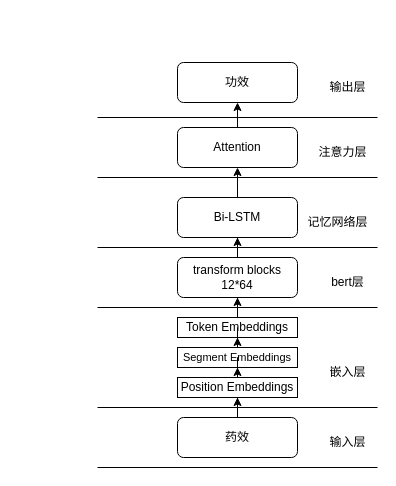
Before: 融合模型结构图.drawio in FeiChenghao/hello-world, a draw.io diagram. Source tidied: cells renumbered, new cells numbered last; positions are measured from the earlier drawing's top-left corner, leaving out a move shared by most shapes. Both pictures are drawn from the tidied source at 100%, with x=0, y=0 at pixel (97, 62).
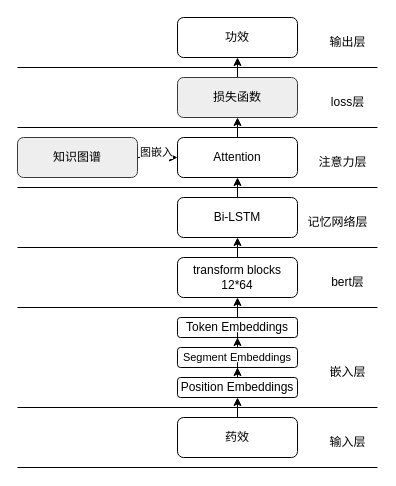
After the change.

Commit message:
更新融合模型结构图.drawio

Unchanged cells that the change refers to:
```xml
<mxCell id="3" value="药效" style="rounded=1;whiteSpace=wrap;html=1;labelBackgroundColor=none;" parent="1" vertex="1">
  <mxGeometry x="80" y="355" width="120" height="40" as="geometry" />
</mxCell>
<mxCell id="5" value="transform blocks&lt;br&gt;12*64" style="rounded=1;whiteSpace=wrap;html=1;labelBackgroundColor=none;" parent="1" vertex="1">
  <mxGeometry x="80" y="195" width="120" height="40" as="geometry" />
</mxCell>
<mxCell id="7" value="Bi-LSTM" style="rounded=1;whiteSpace=wrap;html=1;labelBackgroundColor=none;" parent="1" vertex="1">
  <mxGeometry x="80" y="135" width="120" height="40" as="geometry" />
</mxCell>
```

Diff of the diagram source:
```diff
@@
-    <mxCell id="2" style="edgeStyle=orthogonalEdgeStyle;rounded=0;jettySize=auto;html=1;entryX=0.5;entryY=1;entryDx=0;entryDy=0;" parent="1" edge="1" source="3" target="28">
+    <mxCell id="2" style="edgeStyle=orthogonalEdgeStyle;rounded=1;jettySize=auto;html=1;entryX=0.5;entryY=1;entryDx=0;entryDy=0;" parent="1" edge="1" source="3" target="28">
       <mxGeometry relative="1" as="geometry" />
     </mxCell>
@@
-    <mxCell id="4" style="edgeStyle=orthogonalEdgeStyle;rounded=0;jettySize=auto;html=1;entryX=0.5;entryY=1;entryDx=0;entryDy=0;" parent="1" edge="1" source="5" target="7">
+    <mxCell id="4" style="edgeStyle=orthogonalEdgeStyle;rounded=1;jettySize=auto;html=1;entryX=0.5;entryY=1;entryDx=0;entryDy=0;" parent="1" edge="1" source="5" target="7">
       <mxGeometry relative="1" as="geometry" />
     </mxCell>
@@
-    <mxCell id="6" style="edgeStyle=orthogonalEdgeStyle;rounded=0;jettySize=auto;html=1;entryX=0.5;entryY=1;entryDx=0;entryDy=0;" parent="1" edge="1" source="7" target="9">
+    <mxCell id="6" style="edgeStyle=orthogonalEdgeStyle;rounded=1;jettySize=auto;html=1;entryX=0.5;entryY=1;entryDx=0;entryDy=0;" parent="1" edge="1" source="7" target="9">
       <mxGeometry relative="1" as="geometry" />
     </mxCell>
@@
-    <mxCell id="8" style="edgeStyle=orthogonalEdgeStyle;rounded=0;jettySize=auto;html=1;" parent="1" edge="1" source="9" target="10">
-      <mxGeometry relative="1" as="geometry" />
-    </mxCell>
+    <mxCell id="29" style="edgeStyle=orthogonalEdgeStyle;rounded=1;jettySize=auto;html=1;entryX=0.5;entryY=1;entryDx=0;entryDy=0;" parent="1" edge="1" source="9" target="34">
+      <mxGeometry relative="1" as="geometry" />
+    </mxCell>
     <mxCell id="9" value="Attention" style="rounded=1;whiteSpace=wrap;html=1;labelBackgroundColor=none;" parent="1" vertex="1">
-      <mxGeometry x="80" y="65" width="120" height="40" as="geometry" />
+      <mxGeometry x="80" y="75" width="120" height="40" as="geometry" />
     </mxCell>
     <mxCell id="10" value="功效" style="rounded=1;whiteSpace=wrap;html=1;labelBackgroundColor=none;" parent="1" vertex="1">
-      <mxGeometry x="80" width="120" height="40" as="geometry" />
+      <mxGeometry x="80" y="-45" width="120" height="40" as="geometry" />
     </mxCell>
-    <mxCell id="11" style="endArrow=none;html=1;rounded=0;" parent="1" edge="1">
+    <mxCell id="11" style="endArrow=none;html=1;rounded=1;" parent="1" edge="1">
       <mxGeometry relative="1" as="geometry">
-        <mxPoint y="405" as="sourcePoint" />
+        <mxPoint x="-80" y="405" as="sourcePoint" />
         <mxPoint x="280" y="405" as="targetPoint" />
       </mxGeometry>
     </mxCell>
-    <mxCell id="12" style="endArrow=none;html=1;rounded=0;" parent="1" edge="1">
+    <mxCell id="12" style="endArrow=none;html=1;rounded=1;" parent="1" edge="1">
       <mxGeometry relative="1" as="geometry">
-        <mxPoint y="345" as="sourcePoint" />
+        <mxPoint x="-80" y="345" as="sourcePoint" />
         <mxPoint x="280" y="345" as="targetPoint" />
       </mxGeometry>
     </mxCell>
-    <mxCell id="13" style="endArrow=none;html=1;rounded=0;" parent="1" edge="1">
+    <mxCell id="13" style="endArrow=none;html=1;rounded=1;" parent="1" edge="1">
       <mxGeometry relative="1" as="geometry">
-        <mxPoint y="245" as="sourcePoint" />
+        <mxPoint x="-80" y="245" as="sourcePoint" />
         <mxPoint x="280" y="245" as="targetPoint" />
       </mxGeometry>
     </mxCell>
-    <mxCell id="14" style="endArrow=none;html=1;rounded=0;" parent="1" edge="1">
+    <mxCell id="14" style="endArrow=none;html=1;rounded=1;" parent="1" edge="1">
       <mxGeometry relative="1" as="geometry">
-        <mxPoint y="185" as="sourcePoint" />
+        <mxPoint x="-80" y="185" as="sourcePoint" />
         <mxPoint x="280" y="185" as="targetPoint" />
       </mxGeometry>
     </mxCell>
-    <mxCell id="15" style="endArrow=none;html=1;rounded=0;" parent="1" edge="1">
+    <mxCell id="15" style="endArrow=none;html=1;rounded=1;" parent="1" edge="1">
       <mxGeometry relative="1" as="geometry">
-        <mxPoint y="115" as="sourcePoint" />
-        <mxPoint x="280" y="115" as="targetPoint" />
+        <mxPoint x="-80" y="125" as="sourcePoint" />
+        <mxPoint x="280" y="125" as="targetPoint" />
       </mxGeometry>
     </mxCell>
-    <mxCell id="16" style="endArrow=none;html=1;rounded=0;" parent="1" edge="1">
+    <mxCell id="16" style="endArrow=none;html=1;rounded=1;" parent="1" edge="1">
       <mxGeometry relative="1" as="geometry">
-        <mxPoint y="55" as="sourcePoint" />
-        <mxPoint x="280" y="55" as="targetPoint" />
+        <mxPoint x="-80" y="65" as="sourcePoint" />
+        <mxPoint x="280" y="65" as="targetPoint" />
       </mxGeometry>
     </mxCell>
-    <mxCell id="17" value="输出层" style="text;html=1;align=center;verticalAlign=middle;strokeColor=none;fillColor=none;" parent="1" vertex="1">
-      <mxGeometry x="220" y="10" width="60" height="30" as="geometry" />
+    <mxCell id="17" value="输出层" style="text;html=1;align=center;verticalAlign=middle;strokeColor=none;fillColor=none;rounded=1;" parent="1" vertex="1">
+      <mxGeometry x="220" y="-35" width="60" height="30" as="geometry" />
     </mxCell>
-    <mxCell id="18" value="注意力层" style="text;html=1;align=center;verticalAlign=middle;strokeColor=none;fillColor=none;" parent="1" vertex="1">
-      <mxGeometry x="210" y="75" width="70" height="30" as="geometry" />
+    <mxCell id="18" value="注意力层" style="text;html=1;align=center;verticalAlign=middle;strokeColor=none;fillColor=none;rounded=1;" parent="1" vertex="1">
+      <mxGeometry x="210" y="85" width="70" height="30" as="geometry" />
     </mxCell>
-    <mxCell id="19" value="记忆网络层" style="text;html=1;align=center;verticalAlign=middle;strokeColor=none;fillColor=none;" parent="1" vertex="1">
+    <mxCell id="19" value="记忆网络层" style="text;html=1;align=center;verticalAlign=middle;strokeColor=none;fillColor=none;rounded=1;" parent="1" vertex="1">
       <mxGeometry x="200" y="145" width="80" height="30" as="geometry" />
     </mxCell>
-    <mxCell id="20" value="bert层" style="text;html=1;align=center;verticalAlign=middle;strokeColor=none;fillColor=none;" parent="1" vertex="1">
+    <mxCell id="20" value="bert层" style="text;html=1;align=center;verticalAlign=middle;strokeColor=none;fillColor=none;rounded=1;" parent="1" vertex="1">
       <mxGeometry x="220" y="205" width="60" height="30" as="geometry" />
     </mxCell>
-    <mxCell id="21" value="嵌入层" style="text;html=1;align=center;verticalAlign=middle;strokeColor=none;fillColor=none;" parent="1" vertex="1">
+    <mxCell id="21" value="嵌入层" style="text;html=1;align=center;verticalAlign=middle;strokeColor=none;fillColor=none;rounded=1;" parent="1" vertex="1">
       <mxGeometry x="220" y="295" width="60" height="30" as="geometry" />
     </mxCell>
-    <mxCell id="22" value="输入层" style="text;html=1;align=center;verticalAlign=middle;strokeColor=none;fillColor=none;" parent="1" vertex="1">
+    <mxCell id="22" value="输入层" style="text;html=1;align=center;verticalAlign=middle;strokeColor=none;fillColor=none;rounded=1;" parent="1" vertex="1">
       <mxGeometry x="220" y="365" width="60" height="30" as="geometry" />
     </mxCell>
-    <mxCell id="23" style="edgeStyle=orthogonalEdgeStyle;rounded=0;jettySize=auto;html=1;" parent="1" edge="1" source="24" target="5">
+    <mxCell id="23" style="edgeStyle=orthogonalEdgeStyle;rounded=1;jettySize=auto;html=1;" parent="1" edge="1" source="24" target="5">
       <mxGeometry relative="1" as="geometry" />
     </mxCell>
-    <mxCell id="24" value="Token Embeddings" style="rounded=0;whiteSpace=wrap;html=1;strokeColor=default;" parent="1" vertex="1">
+    <mxCell id="24" value="Token Embeddings" style="rounded=1;whiteSpace=wrap;html=1;strokeColor=default;" parent="1" vertex="1">
       <mxGeometry x="80" y="255" width="120" height="20" as="geometry" />
     </mxCell>
-    <mxCell id="25" style="edgeStyle=orthogonalEdgeStyle;rounded=0;jettySize=auto;html=1;" parent="1" edge="1" source="26" target="24">
+    <mxCell id="25" style="edgeStyle=orthogonalEdgeStyle;rounded=1;jettySize=auto;html=1;" parent="1" edge="1" source="26" target="24">
       <mxGeometry relative="1" as="geometry" />
     </mxCell>
-    <mxCell id="26" value="&lt;font style=&quot;font-size: 11px;&quot;&gt;Segment Embeddings&lt;/font&gt;" style="rounded=0;whiteSpace=wrap;html=1;strokeColor=default;" parent="1" vertex="1">
+    <mxCell id="26" value="&lt;font style=&quot;font-size: 11px;&quot;&gt;Segment Embeddings&lt;/font&gt;" style="rounded=1;whiteSpace=wrap;html=1;strokeColor=default;" parent="1" vertex="1">
       <mxGeometry x="80" y="285" width="120" height="20" as="geometry" />
     </mxCell>
-    <mxCell id="27" style="edgeStyle=orthogonalEdgeStyle;rounded=0;jettySize=auto;html=1;" parent="1" edge="1" source="28" target="26">
+    <mxCell id="27" style="edgeStyle=orthogonalEdgeStyle;rounded=1;jettySize=auto;html=1;" parent="1" edge="1" source="28" target="26">
       <mxGeometry relative="1" as="geometry" />
     </mxCell>
-    <mxCell id="28" value="Position Embeddings" style="rounded=0;whiteSpace=wrap;html=1;strokeColor=default;" parent="1" vertex="1">
+    <mxCell id="28" value="Position Embeddings" style="rounded=1;whiteSpace=wrap;html=1;strokeColor=default;" parent="1" vertex="1">
       <mxGeometry x="80" y="315" width="120" height="20" as="geometry" />
     </mxCell>
+    <mxCell id="30" style="edgeStyle=orthogonalEdgeStyle;rounded=1;jettySize=auto;html=1;" parent="1" edge="1" source="32" target="9">
+      <mxGeometry relative="1" as="geometry" />
+    </mxCell>
+    <mxCell id="31" value="图嵌入" style="edgeLabel;html=1;align=center;verticalAlign=middle;rounded=1;" parent="30" vertex="1">
+      <mxGeometry x="-0.08" y="6" relative="1" as="geometry" />
+    </mxCell>
+    <mxCell id="32" value="知识图谱" style="rounded=1;whiteSpace=wrap;html=1;fillColor=#eeeeee;strokeColor=#36393d;" parent="1" vertex="1">
+      <mxGeometry x="-80" y="75" width="120" height="40" as="geometry" />
+    </mxCell>
+    <mxCell id="33" style="edgeStyle=orthogonalEdgeStyle;rounded=1;jettySize=auto;html=1;" parent="1" edge="1" source="34" target="10">
+      <mxGeometry relative="1" as="geometry" />
+    </mxCell>
+    <mxCell id="34" value="损失函数" style="rounded=1;whiteSpace=wrap;html=1;labelBackgroundColor=none;fillColor=#eeeeee;strokeColor=#36393d;" parent="1" vertex="1">
+      <mxGeometry x="80" y="15" width="120" height="40" as="geometry" />
+    </mxCell>
+    <mxCell id="35" value="loss层" style="text;html=1;align=center;verticalAlign=middle;strokeColor=none;fillColor=none;rounded=1;" parent="1" vertex="1">
+      <mxGeometry x="220" y="25" width="60" height="30" as="geometry" />
+    </mxCell>
+    <mxCell id="36" style="endArrow=none;html=1;rounded=1;" parent="1" edge="1">
+      <mxGeometry relative="1" as="geometry">
+        <mxPoint x="-80" y="5" as="sourcePoint" />
+        <mxPoint x="280" y="5" as="targetPoint" />
+      </mxGeometry>
+    </mxCell>
```
